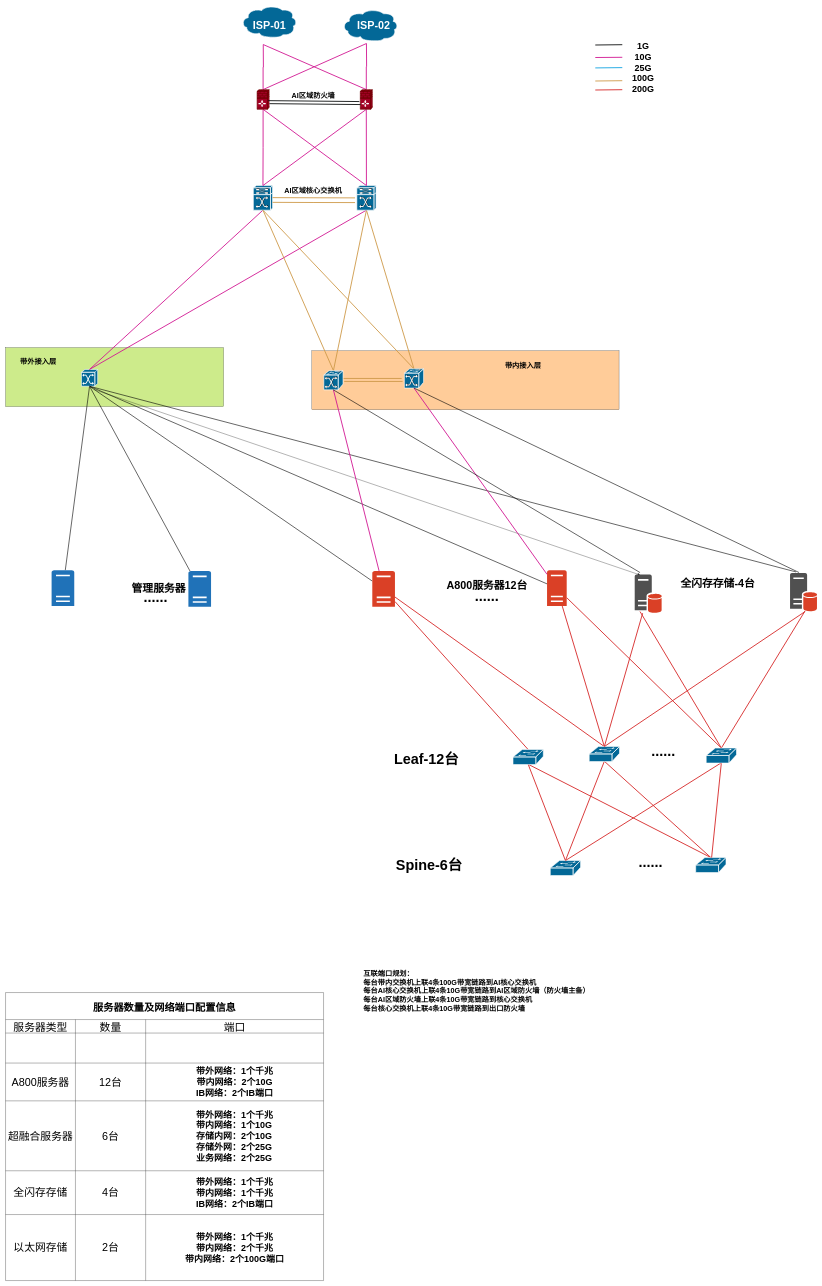
Above: aicity.drawio in hel-2000/network-draw (draw.io), before the change. Source tidied: cells renumbered, new cells numbered last; positions are measured from the earlier drawing's top-left corner, leaving out a move shared by most shapes. Both pictures are drawn from the tidied source at 30%, with x=0, y=0 at pixel (5, 5).
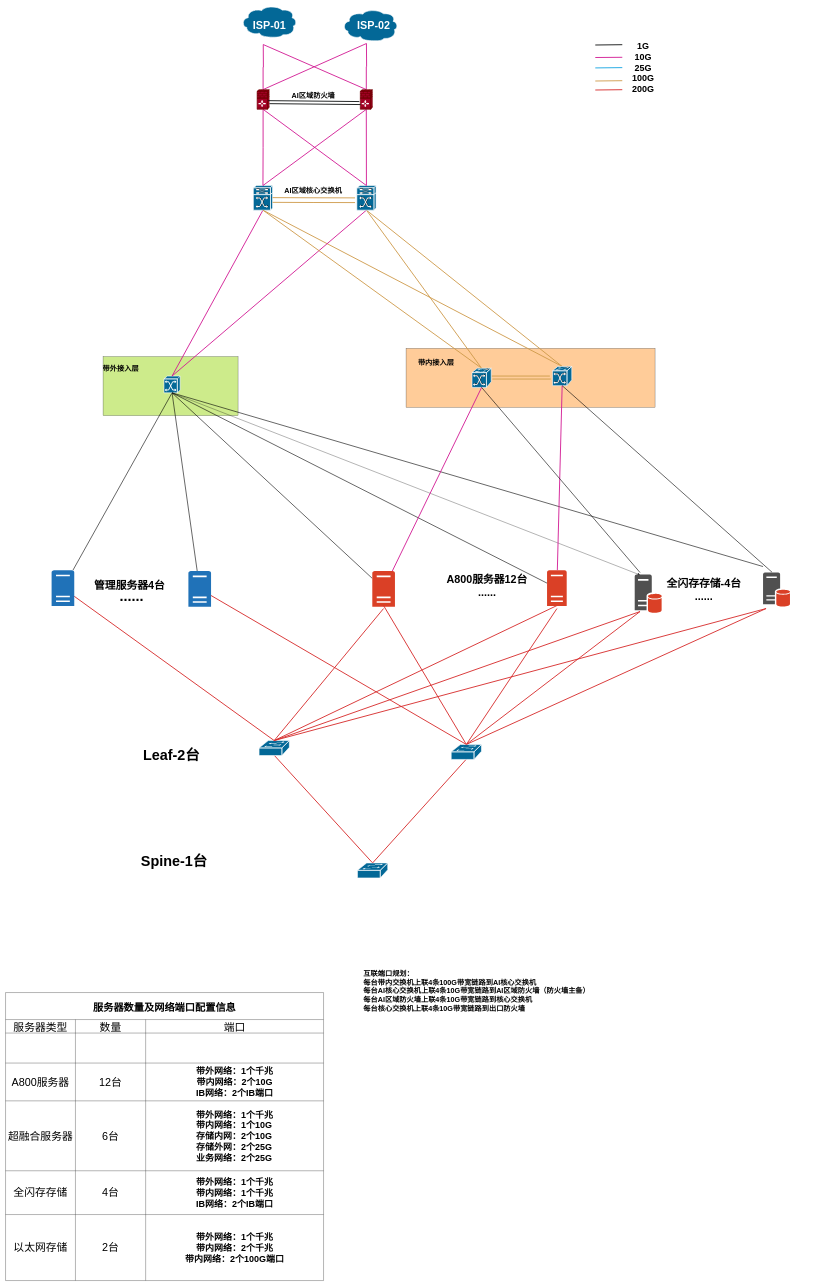
The same diagram, later.

The change refers to these unchanged cells:
```xml
<mxCell id="36" style="sketch=0;shadow=0;dashed=0;html=1;strokeColor=none;labelPosition=center;verticalLabelPosition=bottom;verticalAlign=top;outlineConnect=0;align=center;shape=mxgraph.office.servers.server_generic;fillColor=#DA4026;" parent="1" vertex="1">
  <mxGeometry x="1222.5" y="1884.8" width="75.5" height="119.5" as="geometry" />
</mxCell>
<mxCell id="38" style="sketch=0;shadow=0;dashed=0;html=1;strokeColor=none;labelPosition=center;verticalLabelPosition=bottom;verticalAlign=top;outlineConnect=0;align=center;shape=mxgraph.office.servers.server_generic;fillColor=#DA4026;" parent="1" vertex="1">
  <mxGeometry x="1805" y="1882.2" width="65.5" height="119.5" as="geometry" />
</mxCell>
<mxCell id="55" style="sketch=0;shadow=0;dashed=0;html=1;strokeColor=none;labelPosition=center;verticalLabelPosition=bottom;verticalAlign=top;outlineConnect=0;align=center;shape=mxgraph.office.servers.physical_host;fillColor=#2072B8;" parent="1" vertex="1">
  <mxGeometry x="153.5" y="1882.2" width="75.5" height="119.5" as="geometry" />
</mxCell>
<mxCell id="56" style="sketch=0;shadow=0;dashed=0;html=1;strokeColor=none;labelPosition=center;verticalLabelPosition=bottom;verticalAlign=top;outlineConnect=0;align=center;shape=mxgraph.office.servers.physical_host;fillColor=#2072B8;" parent="1" vertex="1">
  <mxGeometry x="609.5" y="1884.8" width="75.5" height="119.5" as="geometry" />
</mxCell>
<mxCell id="110" style="sketch=0;shadow=0;dashed=0;html=1;strokeColor=none;fillColor=#505050;labelPosition=center;verticalLabelPosition=bottom;verticalAlign=top;outlineConnect=0;align=center;shape=mxgraph.office.databases.database_server_orange;" parent="1" vertex="1">
  <mxGeometry x="2097.2" y="1896.5" width="90" height="129" as="geometry" />
</mxCell>
```

What changed in the source:
```diff
@@
     <mxCell id="2" style="rounded=0;whiteSpace=wrap;html=1;fillColor=#ffcc99;strokeColor=#36393d;" parent="1" vertex="1">
-      <mxGeometry x="1021" y="1150.5" width="1024" height="197" as="geometry" />
+      <mxGeometry x="1335" y="1142.5" width="830" height="197" as="geometry" />
     </mxCell>
     <mxCell id="3" style="rounded=0;whiteSpace=wrap;html=1;fillColor=#cdeb8b;strokeColor=#36393d;" parent="1" vertex="1">
-      <mxGeometry y="1140" width="727" height="197" as="geometry" />
+      <mxGeometry x="325" y="1170" width="450" height="197" as="geometry" />
     </mxCell>
@@
     <mxCell id="10" style="shape=mxgraph.cisco.switches.atm_switch;sketch=0;html=1;dashed=0;fillColor=#036897;strokeColor=#ffffff;strokeWidth=2;verticalLabelPosition=bottom;verticalAlign=top;align=center;outlineConnect=0;" parent="1" vertex="1">
-      <mxGeometry x="253" y="1213" width="54" height="56" as="geometry" />
+      <mxGeometry x="528" y="1235" width="54" height="56" as="geometry" />
     </mxCell>
@@
-    <mxCell id="28" style="edgeStyle=none;rounded=0;orthogonalLoop=1;jettySize=auto;html=1;" parent="1" edge="1">
+    <mxCell id="28" style="edgeStyle=none;rounded=0;jettySize=auto;html=1;exitX=0.5;exitY=1;exitDx=0;exitDy=0;exitPerimeter=0;" parent="1" edge="1" source="10">
       <mxGeometry relative="1" as="geometry">
-        <mxPoint x="295" y="1280" as="sourcePoint" />
         <mxPoint x="2115" y="1898" as="targetPoint" />
       </mxGeometry>
     </mxCell>
     <mxCell id="29" style="edgeStyle=none;rounded=0;jettySize=auto;html=1;exitX=0.5;exitY=1;exitDx=0;exitDy=0;exitPerimeter=0;endArrow=none;endFill=0;strokeWidth=2;" parent="1" edge="1" source="10">
       <mxGeometry relative="1" as="geometry">
-        <mxPoint x="2635" y="1888" as="targetPoint" />
+        <mxPoint x="2525" y="1870" as="targetPoint" />
       </mxGeometry>
     </mxCell>
@@
     <mxCell id="32" style="edgeStyle=orthogonalEdgeStyle;rounded=0;orthogonalLoop=1;jettySize=auto;html=1;exitX=1;exitY=0.5;exitDx=0;exitDy=0;exitPerimeter=0;endArrow=none;endFill=0;strokeColor=#cf9a4a;strokeWidth=3;startArrow=none;startFill=0;fillColor=#f0a30a;" parent="1" edge="1">
       <mxGeometry relative="1" as="geometry">
-        <mxPoint x="1125.9" y="1243" as="sourcePoint" />
-        <mxPoint x="1320.4" y="1243" as="targetPoint" />
+        <mxPoint x="1619.9" y="1235" as="sourcePoint" />
+        <mxPoint x="1814.4" y="1235" as="targetPoint" />
       </mxGeometry>
     </mxCell>
@@
     <mxCell id="34" style="shape=mxgraph.cisco.switches.atm_fast_gigabit_etherswitch;sketch=0;html=1;dashed=0;fillColor=#036897;strokeColor=#ffffff;strokeWidth=2;verticalLabelPosition=bottom;verticalAlign=top;align=center;outlineConnect=0;" parent="1" vertex="1">
-      <mxGeometry x="1060.9" y="1217" width="64" height="64" as="geometry" />
+      <mxGeometry x="1554.9" y="1209" width="64" height="64" as="geometry" />
     </mxCell>
     <mxCell id="35" value="&lt;p&gt;&lt;font style=&quot;font-size: 48px;&quot;&gt;&lt;b&gt;......&lt;/b&gt;&lt;/font&gt;&lt;/p&gt;" style="text;strokeColor=none;align=center;fillColor=none;html=1;verticalAlign=middle;whiteSpace=wrap;rounded=0;" parent="1" vertex="1">
-      <mxGeometry x="455" y="1957" width="90" height="30" as="geometry" />
+      <mxGeometry x="375" y="1952.2" width="90" height="30" as="geometry" />
     </mxCell>
@@
-    <mxCell id="37" style="rounded=0;jettySize=auto;html=1;endArrow=none;strokeColor=#d62929;strokeWidth=3;endFill=0;startArrow=none;startFill=0;fillColor=#e51400;entryX=0.5;entryY=0;entryDx=0;entryDy=0;entryPerimeter=0;" parent="1" edge="1" source="38" target="51">
-      <mxGeometry relative="1" as="geometry" />
+    <mxCell id="37" style="rounded=0;jettySize=auto;html=1;endArrow=none;strokeColor=#d62929;strokeWidth=3;endFill=0;startArrow=none;startFill=0;fillColor=#e51400;entryX=0.5;entryY=0;entryDx=0;entryDy=0;entryPerimeter=0;" parent="1" edge="1" target="46">
+      <mxGeometry relative="1" as="geometry">
+        <mxPoint x="1838" y="2000" as="sourcePoint" />
+      </mxGeometry>
     </mxCell>
@@
-    <mxCell id="39" value="&lt;p&gt;&lt;font style=&quot;font-size: 48px;&quot;&gt;&lt;b&gt;......&lt;/b&gt;&lt;/font&gt;&lt;/p&gt;" style="text;strokeColor=none;align=center;fillColor=none;html=1;verticalAlign=middle;whiteSpace=wrap;rounded=0;" parent="1" vertex="1">
-      <mxGeometry x="1495" y="1930.2" width="219" height="74" as="geometry" />
-    </mxCell>
-    <mxCell id="40" value="&lt;b&gt;&lt;font style=&quot;font-size: 48px;&quot;&gt;Leaf-12台&lt;/font&gt;&lt;/b&gt;" style="text;strokeColor=none;align=center;fillColor=none;html=1;verticalAlign=middle;whiteSpace=wrap;rounded=0;" parent="1" vertex="1">
-      <mxGeometry x="1258.5" y="2475" width="287.5" height="70" as="geometry" />
+    <mxCell id="40" value="&lt;b&gt;&lt;font style=&quot;font-size: 48px;&quot;&gt;Leaf-2台&lt;/font&gt;&lt;/b&gt;" style="text;strokeColor=none;align=center;fillColor=none;html=1;verticalAlign=middle;whiteSpace=wrap;rounded=0;" parent="1" vertex="1">
+      <mxGeometry x="408.5" y="2463" width="287.5" height="70" as="geometry" />
     </mxCell>
-    <mxCell id="41" value="&lt;b&gt;&lt;font style=&quot;font-size: 36px;&quot;&gt;A800服务器12台&lt;/font&gt;&lt;/b&gt;" style="text;strokeColor=none;align=center;fillColor=none;html=1;verticalAlign=middle;whiteSpace=wrap;rounded=0;" parent="1" vertex="1">
+    <mxCell id="41" value="&lt;font style=&quot;font-size: 36px;&quot;&gt;&lt;b&gt;A800服务器12台&lt;/b&gt;&lt;br&gt;&lt;b&gt;......&lt;/b&gt;&lt;br&gt;&lt;/font&gt;" style="text;strokeColor=none;align=center;fillColor=none;html=1;verticalAlign=middle;whiteSpace=wrap;rounded=0;" parent="1" vertex="1">
       <mxGeometry x="1379.5" y="1884.8" width="450" height="97" as="geometry" />
     </mxCell>
     <mxCell id="42" style="shape=mxgraph.cisco.switches.atm_fast_gigabit_etherswitch;sketch=0;html=1;dashed=0;fillColor=#036897;strokeColor=#ffffff;strokeWidth=2;verticalLabelPosition=bottom;verticalAlign=top;align=center;outlineConnect=0;" parent="1" vertex="1">
-      <mxGeometry x="1329.4" y="1211" width="64" height="64" as="geometry" />
+      <mxGeometry x="1823.4" y="1203" width="64" height="64" as="geometry" />
     </mxCell>
-    <mxCell id="43" style="rounded=0;jettySize=auto;html=1;exitX=0.5;exitY=0;exitDx=0;exitDy=0;exitPerimeter=0;endArrow=none;strokeColor=#d62929;strokeWidth=3;endFill=0;startArrow=none;startFill=0;fillColor=#e51400;" parent="1" edge="1" source="46" target="36">
-      <mxGeometry relative="1" as="geometry" />
+    <mxCell id="43" style="rounded=0;jettySize=auto;html=1;exitX=0.5;exitY=0;exitDx=0;exitDy=0;exitPerimeter=0;endArrow=none;strokeColor=#d62929;strokeWidth=3;endFill=0;startArrow=none;startFill=0;fillColor=#e51400;" parent="1" edge="1" source="46">
+      <mxGeometry relative="1" as="geometry">
+        <mxPoint x="1260" y="2010" as="targetPoint" />
+      </mxGeometry>
     </mxCell>
@@
-    <mxCell id="45" style="rounded=0;jettySize=auto;html=1;exitX=0.5;exitY=0.98;exitDx=0;exitDy=0;exitPerimeter=0;entryX=0.5;entryY=0;entryDx=0;entryDy=0;entryPerimeter=0;endArrow=none;strokeColor=#d62929;strokeWidth=3;endFill=0;startArrow=none;startFill=0;fillColor=#e51400;" parent="1" edge="1" source="46" target="59">
-      <mxGeometry relative="1" as="geometry" />
-    </mxCell>
     <mxCell id="46" style="shape=mxgraph.cisco.switches.workgroup_switch;sketch=0;html=1;dashed=0;fillColor=#036897;strokeColor=#ffffff;strokeWidth=2;verticalLabelPosition=bottom;verticalAlign=top;align=center;outlineConnect=0;" parent="1" vertex="1">
-      <mxGeometry x="1691.5" y="2480" width="101" height="50" as="geometry" />
+      <mxGeometry x="845" y="2450" width="101" height="50" as="geometry" />
     </mxCell>
-    <mxCell id="47" style="rounded=0;jettySize=auto;html=1;exitX=0.5;exitY=0;exitDx=0;exitDy=0;exitPerimeter=0;endArrow=none;strokeColor=#d62929;strokeWidth=3;endFill=0;startArrow=none;startFill=0;fillColor=#e51400;" parent="1" edge="1" source="51" target="36">
-      <mxGeometry relative="1" as="geometry" />
+    <mxCell id="47" style="rounded=0;jettySize=auto;html=1;exitX=0.5;exitY=0;exitDx=0;exitDy=0;exitPerimeter=0;endArrow=none;strokeColor=#d62929;strokeWidth=3;endFill=0;startArrow=none;startFill=0;fillColor=#e51400;" parent="1" edge="1" source="65">
+      <mxGeometry relative="1" as="geometry">
+        <mxPoint x="1260" y="2000" as="targetPoint" />
+      </mxGeometry>
     </mxCell>
-    <mxCell id="48" style="rounded=0;jettySize=auto;html=1;exitX=0.5;exitY=0.98;exitDx=0;exitDy=0;exitPerimeter=0;endArrow=none;strokeColor=#d62929;strokeWidth=3;endFill=0;startArrow=none;startFill=0;fillColor=#e51400;entryX=0.5;entryY=0;entryDx=0;entryDy=0;entryPerimeter=0;" parent="1" edge="1" source="51" target="58">
+    <mxCell id="48" style="rounded=0;jettySize=auto;html=1;endArrow=none;strokeColor=#d62929;strokeWidth=3;endFill=0;startArrow=none;startFill=0;fillColor=#e51400;entryX=0.5;entryY=0;entryDx=0;entryDy=0;entryPerimeter=0;" parent="1" edge="1" source="55" target="46">
       <mxGeometry relative="1" as="geometry" />
     </mxCell>
-    <mxCell id="49" style="rounded=0;jettySize=auto;html=1;exitX=0.5;exitY=0.98;exitDx=0;exitDy=0;exitPerimeter=0;entryX=0.5;entryY=0;entryDx=0;entryDy=0;entryPerimeter=0;endArrow=none;strokeColor=#d62929;strokeWidth=3;endFill=0;startArrow=none;startFill=0;fillColor=#e51400;" parent="1" edge="1" source="51" target="59">
-      <mxGeometry relative="1" as="geometry" />
+    <mxCell id="49" style="rounded=0;jettySize=auto;html=1;entryX=0.5;entryY=0;entryDx=0;entryDy=0;entryPerimeter=0;endArrow=none;strokeColor=#d62929;strokeWidth=3;endFill=0;startArrow=none;startFill=0;fillColor=#e51400;" parent="1" edge="1" target="46">
+      <mxGeometry relative="1" as="geometry">
+        <mxPoint x="2535" y="2010" as="sourcePoint" />
+      </mxGeometry>
     </mxCell>
-    <mxCell id="50" style="edgeStyle=none;rounded=0;jettySize=auto;html=1;exitX=0.5;exitY=0;exitDx=0;exitDy=0;exitPerimeter=0;endArrow=none;strokeColor=#d62929;strokeWidth=3;endFill=0;startArrow=none;startFill=0;fillColor=#e51400;" parent="1" edge="1" source="51" target="110">
+    <mxCell id="50" style="edgeStyle=none;rounded=0;jettySize=auto;html=1;exitX=0.5;exitY=0;exitDx=0;exitDy=0;exitPerimeter=0;endArrow=none;strokeColor=#d62929;strokeWidth=3;endFill=0;startArrow=none;startFill=0;fillColor=#e51400;entryX=0.197;entryY=0.957;entryDx=0;entryDy=0;entryPerimeter=0;" parent="1" edge="1" source="46" target="110">
       <mxGeometry relative="1" as="geometry" />
     </mxCell>
-    <mxCell id="51" style="shape=mxgraph.cisco.switches.workgroup_switch;sketch=0;html=1;dashed=0;fillColor=#036897;strokeColor=#ffffff;strokeWidth=2;verticalLabelPosition=bottom;verticalAlign=top;align=center;outlineConnect=0;" parent="1" vertex="1">
-      <mxGeometry x="1945.5" y="2470" width="101" height="50" as="geometry" />
-    </mxCell>
@@
     <mxCell id="57" style="edgeStyle=orthogonalEdgeStyle;rounded=0;orthogonalLoop=1;jettySize=auto;html=1;exitX=1;exitY=0.5;exitDx=0;exitDy=0;exitPerimeter=0;endArrow=none;endFill=0;strokeColor=#cf9a4a;strokeWidth=3;startArrow=none;startFill=0;fillColor=#f0a30a;" parent="1" edge="1">
       <mxGeometry relative="1" as="geometry">
-        <mxPoint x="1128.9" y="1253" as="sourcePoint" />
-        <mxPoint x="1323.4" y="1253" as="targetPoint" />
+        <mxPoint x="1622.9" y="1245" as="sourcePoint" />
+        <mxPoint x="1817.4" y="1245" as="targetPoint" />
       </mxGeometry>
     </mxCell>
     <mxCell id="58" style="shape=mxgraph.cisco.switches.workgroup_switch;sketch=0;html=1;dashed=0;fillColor=#036897;strokeColor=#ffffff;strokeWidth=2;verticalLabelPosition=bottom;verticalAlign=top;align=center;outlineConnect=0;" parent="1" vertex="1">
-      <mxGeometry x="1815.8" y="2850" width="101" height="50" as="geometry" />
+      <mxGeometry x="1173" y="2858" width="101" height="50" as="geometry" />
     </mxCell>
-    <mxCell id="59" style="shape=mxgraph.cisco.switches.workgroup_switch;sketch=0;html=1;dashed=0;fillColor=#036897;strokeColor=#ffffff;strokeWidth=2;verticalLabelPosition=bottom;verticalAlign=top;align=center;outlineConnect=0;" parent="1" vertex="1">
-      <mxGeometry x="2300.5" y="2840" width="101" height="50" as="geometry" />
-    </mxCell>
-    <mxCell id="60" style="rounded=0;jettySize=auto;html=1;exitX=0.5;exitY=0;exitDx=0;exitDy=0;exitPerimeter=0;endArrow=none;strokeColor=#d62929;strokeWidth=3;endFill=0;startArrow=none;startFill=0;fillColor=#e51400;" parent="1" edge="1" source="65" target="38">
-      <mxGeometry relative="1" as="geometry" />
+    <mxCell id="60" style="rounded=0;jettySize=auto;html=1;exitX=0.5;exitY=0;exitDx=0;exitDy=0;exitPerimeter=0;endArrow=none;strokeColor=#d62929;strokeWidth=3;endFill=0;startArrow=none;startFill=0;fillColor=#e51400;" parent="1" edge="1" source="65">
+      <mxGeometry relative="1" as="geometry">
+        <mxPoint x="1838" y="2010" as="targetPoint" />
+      </mxGeometry>
     </mxCell>
-    <mxCell id="61" style="rounded=0;jettySize=auto;html=1;exitX=0.5;exitY=0.98;exitDx=0;exitDy=0;exitPerimeter=0;endArrow=none;strokeColor=#d62929;strokeWidth=3;endFill=0;startArrow=none;startFill=0;fillColor=#e51400;" parent="1" edge="1" source="65" target="59">
-      <mxGeometry relative="1" as="geometry" />
-    </mxCell>
@@
-    <mxCell id="64" style="edgeStyle=none;rounded=0;jettySize=auto;html=1;exitX=0.5;exitY=0;exitDx=0;exitDy=0;exitPerimeter=0;endArrow=none;strokeColor=#d62929;strokeWidth=3;endFill=0;startArrow=none;startFill=0;fillColor=#e51400;" parent="1" edge="1" source="65">
-      <mxGeometry relative="1" as="geometry">
-        <mxPoint x="2665" y="2018" as="targetPoint" />
-      </mxGeometry>
-    </mxCell>
     <mxCell id="65" style="shape=mxgraph.cisco.switches.workgroup_switch;sketch=0;html=1;dashed=0;fillColor=#036897;strokeColor=#ffffff;strokeWidth=2;verticalLabelPosition=bottom;verticalAlign=top;align=center;outlineConnect=0;" parent="1" vertex="1">
-      <mxGeometry x="2335.5" y="2475" width="101" height="50" as="geometry" />
+      <mxGeometry x="1485.5" y="2463" width="101" height="50" as="geometry" />
     </mxCell>
-    <mxCell id="66" value="&lt;p&gt;&lt;font style=&quot;font-size: 48px;&quot;&gt;&lt;b&gt;......&lt;/b&gt;&lt;/font&gt;&lt;/p&gt;" style="text;strokeColor=none;align=center;fillColor=none;html=1;verticalAlign=middle;whiteSpace=wrap;rounded=0;" parent="1" vertex="1">
-      <mxGeometry x="2109" y="2470" width="167.5" height="30" as="geometry" />
-    </mxCell>
-    <mxCell id="67" value="&lt;p&gt;&lt;font style=&quot;font-size: 48px;&quot;&gt;&lt;b&gt;......&lt;/b&gt;&lt;/font&gt;&lt;/p&gt;" style="text;strokeColor=none;align=center;fillColor=none;html=1;verticalAlign=middle;whiteSpace=wrap;rounded=0;" parent="1" vertex="1">
-      <mxGeometry x="2065.8" y="2840" width="167.5" height="30" as="geometry" />
-    </mxCell>
-    <mxCell id="68" value="&lt;b&gt;&lt;font style=&quot;font-size: 48px;&quot;&gt;Spine-6台&lt;/font&gt;&lt;/b&gt;" style="text;strokeColor=none;align=center;fillColor=none;html=1;verticalAlign=middle;whiteSpace=wrap;rounded=0;" parent="1" vertex="1">
-      <mxGeometry x="1245" y="2830" width="333.8" height="70" as="geometry" />
+    <mxCell id="68" value="&lt;b&gt;&lt;font style=&quot;font-size: 48px;&quot;&gt;Spine-1台&lt;/font&gt;&lt;/b&gt;" style="text;strokeColor=none;align=center;fillColor=none;html=1;verticalAlign=middle;whiteSpace=wrap;rounded=0;" parent="1" vertex="1">
+      <mxGeometry x="395" y="2818" width="333.8" height="70" as="geometry" />
     </mxCell>
@@
     <mxCell id="73" value="&lt;font style=&quot;font-size: 24px;&quot;&gt;&lt;b style=&quot;&quot;&gt;带外接入层&lt;/b&gt;&lt;/font&gt;" style="text;strokeColor=none;align=center;fillColor=none;html=1;verticalAlign=middle;whiteSpace=wrap;rounded=0;" parent="1" vertex="1">
-      <mxGeometry x="5" y="1158" width="207.5" height="59" as="geometry" />
+      <mxGeometry x="280" y="1180" width="207.5" height="59" as="geometry" />
     </mxCell>
     <mxCell id="74" value="&lt;font style=&quot;font-size: 24px;&quot;&gt;&lt;b style=&quot;&quot;&gt;带内接入层&lt;/b&gt;&lt;/font&gt;" style="text;strokeColor=none;align=center;fillColor=none;html=1;verticalAlign=middle;whiteSpace=wrap;rounded=0;" parent="1" vertex="1">
-      <mxGeometry x="1605" y="1170" width="240" height="59" as="geometry" />
+      <mxGeometry x="1314.9" y="1162" width="240" height="59" as="geometry" />
     </mxCell>
@@
-    <mxCell id="77" value="&lt;b&gt;&lt;font style=&quot;font-size: 36px;&quot;&gt;管理服务器&lt;/font&gt;&lt;/b&gt;" style="text;strokeColor=none;align=center;fillColor=none;html=1;verticalAlign=middle;whiteSpace=wrap;rounded=0;" parent="1" vertex="1">
-      <mxGeometry x="412.2" y="1927" width="197.2" height="30" as="geometry" />
+    <mxCell id="77" value="&lt;b&gt;&lt;font style=&quot;font-size: 36px;&quot;&gt;管理服务器4台&lt;/font&gt;&lt;/b&gt;" style="text;strokeColor=none;align=center;fillColor=none;html=1;verticalAlign=middle;whiteSpace=wrap;rounded=0;" parent="1" vertex="1">
+      <mxGeometry x="285" y="1918.2" width="257.2" height="30" as="geometry" />
     </mxCell>
@@
     <mxCell id="111" style="sketch=0;shadow=0;dashed=0;html=1;strokeColor=none;fillColor=#505050;labelPosition=center;verticalLabelPosition=bottom;verticalAlign=top;outlineConnect=0;align=center;shape=mxgraph.office.databases.database_server_orange;" parent="1" vertex="1">
-      <mxGeometry x="2615" y="1891.2" width="90" height="129" as="geometry" />
+      <mxGeometry x="2525" y="1890" width="90" height="114.2" as="geometry" />
     </mxCell>
-    <mxCell id="112" style="edgeStyle=none;rounded=0;jettySize=auto;html=1;exitX=0.5;exitY=0;exitDx=0;exitDy=0;exitPerimeter=0;endArrow=none;strokeColor=#d62929;strokeWidth=3;endFill=0;startArrow=none;startFill=0;fillColor=#e51400;" parent="1" edge="1" source="51">
+    <mxCell id="112" style="edgeStyle=none;rounded=0;jettySize=auto;html=1;exitX=0.5;exitY=0;exitDx=0;exitDy=0;exitPerimeter=0;endArrow=none;strokeColor=#d62929;strokeWidth=3;endFill=0;startArrow=none;startFill=0;fillColor=#e51400;" parent="1" edge="1" source="65">
       <mxGeometry relative="1" as="geometry">
-        <mxPoint x="2665" y="2020" as="targetPoint" />
+        <mxPoint x="2535" y="2010" as="targetPoint" />
       </mxGeometry>
     </mxCell>
-    <mxCell id="113" value="&lt;b&gt;&lt;font style=&quot;font-size: 36px;&quot;&gt;全闪存存储-4台&lt;/font&gt;&lt;/b&gt;" style="text;strokeColor=none;align=center;fillColor=none;html=1;verticalAlign=middle;whiteSpace=wrap;rounded=0;" parent="1" vertex="1">
-      <mxGeometry x="2233.2" y="1910" width="282.2" height="30" as="geometry" />
+    <mxCell id="113" value="&lt;b&gt;&lt;font style=&quot;font-size: 36px;&quot;&gt;全闪存存储-4台&lt;br&gt;......&lt;br&gt;&lt;/font&gt;&lt;/b&gt;" style="text;strokeColor=none;align=center;fillColor=none;html=1;verticalAlign=middle;whiteSpace=wrap;rounded=0;" parent="1" vertex="1">
+      <mxGeometry x="2187.2" y="1911.8" width="282.2" height="70" as="geometry" />
     </mxCell>
@@
+    <mxCell id="115" style="rounded=0;jettySize=auto;html=1;endArrow=none;strokeColor=#d62929;strokeWidth=3;endFill=0;startArrow=none;startFill=0;fillColor=#e51400;entryX=0.5;entryY=0;entryDx=0;entryDy=0;entryPerimeter=0;" parent="1" edge="1" source="56" target="65">
+      <mxGeometry relative="1" as="geometry" />
+    </mxCell>
```
